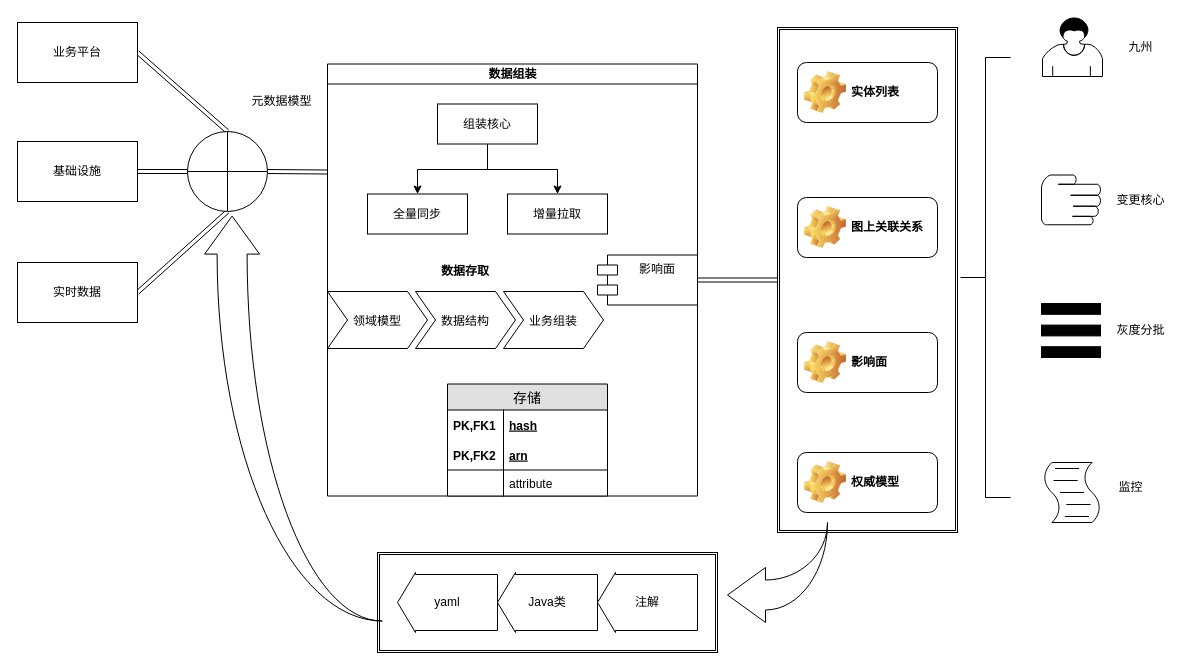
Above: 2020述职-架构.drawio in frankneu/draw.io (draw.io), before the change. Source tidied: cells renumbered, new cells numbered last; positions are measured from the earlier drawing's top-left corner, leaving out a move shared by most shapes. Both pictures are drawn from the tidied source at 100%, with x=0, y=0 at pixel (17, 17).
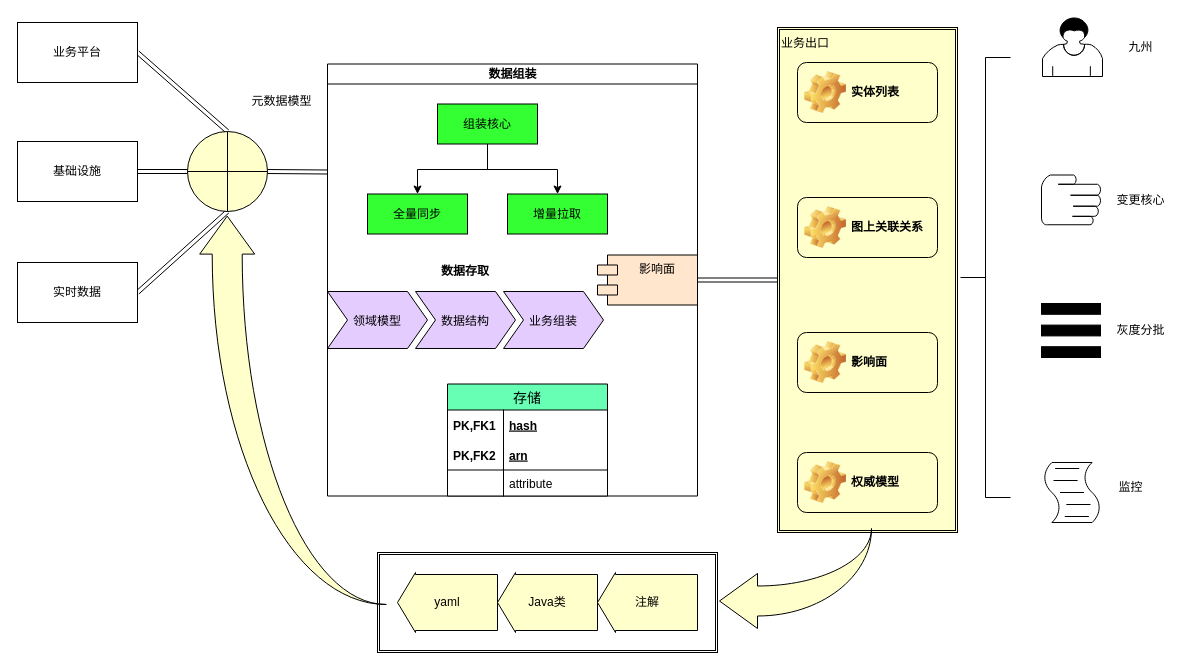
The same page after the edit.

The change refers to these unchanged cells:
```xml
<mxCell id="29" value="数据组装" style="swimlane;html=1;startSize=20;horizontal=1;horizontalTree=0;containerType=tree;" parent="1" vertex="1">
  <mxGeometry x="310" y="46.5" width="370" height="432" as="geometry" />
</mxCell>
<mxCell id="35" value="数据存取" style="swimlane;horizontal=1;fillColor=none;strokeColor=none;stackBorder=10;align=center;fontColor=#000000;" parent="29" vertex="1">
  <mxGeometry x="-10" y="194.5" width="296" height="100" as="geometry" />
</mxCell>
```

Change to the diagram source:
```diff
@@
-    <mxCell id="3" style="shape=ext;double=1;rounded=0;whiteSpace=wrap;html=1;" parent="1" vertex="1">
+    <mxCell id="3" value="业务出口&lt;br&gt;&lt;br&gt;&lt;br&gt;&lt;br&gt;&lt;br&gt;&lt;br&gt;&lt;br&gt;&lt;br&gt;&lt;br&gt;&lt;br&gt;&lt;br&gt;&lt;br&gt;&lt;br&gt;&lt;br&gt;&lt;br&gt;&lt;br&gt;&lt;br&gt;&lt;br&gt;&lt;br&gt;&lt;br&gt;&lt;br&gt;&lt;br&gt;&lt;br&gt;&lt;br&gt;&lt;br&gt;&lt;br&gt;&lt;br&gt;&lt;br&gt;&lt;br&gt;&lt;br&gt;&lt;br&gt;&lt;br&gt;&lt;br&gt;&lt;br&gt;" style="shape=ext;double=1;rounded=0;whiteSpace=wrap;html=1;align=left;fillColor=#FFFFCC;" parent="1" vertex="1">
       <mxGeometry x="760" y="10" width="180" height="505" as="geometry" />
     </mxCell>
@@
-    <mxCell id="11" style="shape=orEllipse;perimeter=ellipsePerimeter;whiteSpace=wrap;html=1;backgroundOutline=1;" parent="1" vertex="1">
+    <mxCell id="11" style="shape=orEllipse;perimeter=ellipsePerimeter;whiteSpace=wrap;html=1;backgroundOutline=1;fillColor=#FFFFCC;" parent="1" vertex="1">
       <mxGeometry x="170" y="114" width="80" height="80" as="geometry" />
     </mxCell>
@@
-    <mxCell id="13" value="图上关联关系" style="label;whiteSpace=wrap;html=1;image=img/clipart/Gear_128x128.png;" parent="1" vertex="1">
+    <mxCell id="13" value="图上关联关系" style="label;whiteSpace=wrap;html=1;image=img/clipart/Gear_128x128.png;fillColor=#FFFFCC;" parent="1" vertex="1">
       <mxGeometry x="780" y="180" width="140" height="60" as="geometry" />
     </mxCell>
-    <mxCell id="14" value="影响面" style="label;whiteSpace=wrap;html=1;image=img/clipart/Gear_128x128.png;" parent="1" vertex="1">
+    <mxCell id="14" value="影响面" style="label;whiteSpace=wrap;html=1;image=img/clipart/Gear_128x128.png;fillColor=#FFFFCC;" parent="1" vertex="1">
       <mxGeometry x="780" y="315" width="140" height="60" as="geometry" />
     </mxCell>
-    <mxCell id="15" value="实体列表" style="label;whiteSpace=wrap;html=1;image=img/clipart/Gear_128x128.png;" parent="1" vertex="1">
+    <mxCell id="15" value="实体列表" style="label;whiteSpace=wrap;html=1;image=img/clipart/Gear_128x128.png;fillColor=#FFFFCC;" parent="1" vertex="1">
       <mxGeometry x="780" y="45" width="140" height="60" as="geometry" />
     </mxCell>
-    <mxCell id="16" value="yaml" style="shape=singleArrow;direction=west;whiteSpace=wrap;html=1;arrowWidth=0.9333333333333333;arrowSize=0.18;" parent="1" vertex="1">
+    <mxCell id="16" value="yaml" style="shape=singleArrow;direction=west;whiteSpace=wrap;html=1;arrowWidth=0.9333333333333333;arrowSize=0.18;fillColor=#FFFFCC;" parent="1" vertex="1">
       <mxGeometry x="380" y="555" width="100" height="60" as="geometry" />
     </mxCell>
-    <mxCell id="17" value="Java类" style="shape=singleArrow;direction=west;whiteSpace=wrap;html=1;arrowWidth=0.9333333333333333;arrowSize=0.18;" parent="1" vertex="1">
+    <mxCell id="17" value="Java类" style="shape=singleArrow;direction=west;whiteSpace=wrap;html=1;arrowWidth=0.9333333333333333;arrowSize=0.18;fillColor=#FFFFCC;" parent="1" vertex="1">
       <mxGeometry x="480" y="555" width="100" height="60" as="geometry" />
     </mxCell>
-    <mxCell id="18" value="注解" style="shape=singleArrow;direction=west;whiteSpace=wrap;html=1;arrowWidth=0.9333333333333333;arrowSize=0.18;" parent="1" vertex="1">
+    <mxCell id="18" value="注解" style="shape=singleArrow;direction=west;whiteSpace=wrap;html=1;arrowWidth=0.9333333333333333;arrowSize=0.18;fillColor=#FFFFCC;" parent="1" vertex="1">
       <mxGeometry x="580" y="555" width="100" height="60" as="geometry" />
     </mxCell>
@@
-    <mxCell id="27" value="权威模型" style="label;whiteSpace=wrap;html=1;image=img/clipart/Gear_128x128.png;" parent="1" vertex="1">
+    <mxCell id="27" value="权威模型" style="label;whiteSpace=wrap;html=1;image=img/clipart/Gear_128x128.png;fillColor=#FFFFCC;" parent="1" vertex="1">
       <mxGeometry x="780" y="435" width="140" height="60" as="geometry" />
     </mxCell>
@@
-    <mxCell id="30" value="组装核心" style="whiteSpace=wrap;html=1;" parent="29" vertex="1">
+    <mxCell id="30" value="组装核心" style="whiteSpace=wrap;html=1;fillColor=#33FF33;" parent="29" vertex="1">
       <mxGeometry x="110" y="40" width="100" height="40" as="geometry" />
     </mxCell>
-    <mxCell id="31" value="全量同步" style="whiteSpace=wrap;html=1;" parent="29" vertex="1">
+    <mxCell id="31" value="全量同步" style="whiteSpace=wrap;html=1;fillColor=#33FF33;" parent="29" vertex="1">
       <mxGeometry x="40" y="130" width="100" height="40" as="geometry" />
     </mxCell>
-    <mxCell id="32" style="edgeStyle=elbowEdgeStyle;elbow=vertical;html=1;rounded=0;" parent="29" edge="1" source="30" target="31">
+    <mxCell id="32" style="edgeStyle=elbowEdgeStyle;elbow=vertical;html=1;rounded=0;fillColor=#33FF33;" parent="29" edge="1" source="30" target="31">
       <mxGeometry relative="1" as="geometry" />
     </mxCell>
-    <mxCell id="33" value="增量拉取" style="whiteSpace=wrap;html=1;" parent="29" vertex="1">
+    <mxCell id="33" value="增量拉取" style="whiteSpace=wrap;html=1;fillColor=#33FF33;" parent="29" vertex="1">
       <mxGeometry x="180" y="130" width="100" height="40" as="geometry" />
     </mxCell>
-    <mxCell id="34" style="edgeStyle=elbowEdgeStyle;elbow=vertical;html=1;rounded=0;" parent="29" edge="1" source="30" target="33">
+    <mxCell id="34" style="edgeStyle=elbowEdgeStyle;elbow=vertical;html=1;rounded=0;fillColor=#33FF33;" parent="29" edge="1" source="30" target="33">
       <mxGeometry relative="1" as="geometry" />
     </mxCell>
@@
-    <mxCell id="36" value="领域模型" style="shape=step;perimeter=stepPerimeter;fixedSize=1;" parent="35" vertex="1">
+    <mxCell id="36" value="领域模型" style="shape=step;perimeter=stepPerimeter;fixedSize=1;fillColor=#E5CCFF;" parent="35" vertex="1">
       <mxGeometry x="10" y="33" width="100" height="57" as="geometry" />
     </mxCell>
-    <mxCell id="37" value="数据结构" style="shape=step;perimeter=stepPerimeter;fixedSize=1;" parent="35" vertex="1">
+    <mxCell id="37" value="数据结构" style="shape=step;perimeter=stepPerimeter;fixedSize=1;fillColor=#E5CCFF;" parent="35" vertex="1">
       <mxGeometry x="98" y="33" width="100" height="57" as="geometry" />
     </mxCell>
-    <mxCell id="38" value="业务组装" style="shape=step;perimeter=stepPerimeter;fixedSize=1;" parent="35" vertex="1">
+    <mxCell id="38" value="业务组装" style="shape=step;perimeter=stepPerimeter;fixedSize=1;fillColor=#E5CCFF;" parent="35" vertex="1">
       <mxGeometry x="186" y="33" width="100" height="57" as="geometry" />
     </mxCell>
-    <mxCell id="39" value="存储" style="swimlane;fontStyle=0;horizontal=1;startSize=26;fillColor=#e0e0e0;swimlaneFillColor=#ffffff;align=center;fontSize=14;" parent="29" vertex="1">
+    <mxCell id="39" value="存储" style="swimlane;fontStyle=0;horizontal=1;startSize=26;fillColor=#66FFB3;swimlaneFillColor=#ffffff;align=center;fontSize=14;" parent="29" vertex="1">
       <mxGeometry x="120" y="320" width="160" height="112" as="geometry" />
     </mxCell>
@@
-    <mxCell id="46" value="影响面" style="shape=module;align=left;spacingLeft=20;align=center;verticalAlign=top;" parent="29" vertex="1">
+    <mxCell id="46" value="影响面" style="shape=module;align=left;spacingLeft=20;align=center;verticalAlign=top;fillColor=#FFE6CC;" parent="29" vertex="1">
       <mxGeometry x="270" y="191" width="100" height="50" as="geometry" />
     </mxCell>
@@
-    <mxCell id="48" style="html=1;shadow=0;dashed=0;align=center;verticalAlign=middle;shape=mxgraph.arrows2.jumpInArrow;dy=15;dx=38;arrowHead=55;rotation=-90;" parent="1" vertex="1">
-      <mxGeometry x="73.5" y="312.2" width="404.9" height="177.7" as="geometry" />
+    <mxCell id="48" style="html=1;shadow=0;dashed=0;align=center;verticalAlign=middle;shape=mxgraph.arrows2.jumpInArrow;dy=15;dx=38;arrowHead=55;rotation=-90;fillColor=#FFFFCC;" parent="1" vertex="1">
+      <mxGeometry x="81.3" y="299.5" width="388.4" height="186.6" as="geometry" />
     </mxCell>
-    <mxCell id="49" style="html=1;shadow=0;dashed=0;align=center;verticalAlign=middle;shape=mxgraph.arrows2.jumpInArrow;dy=15;dx=38;arrowHead=55;rotation=-180;" parent="1" vertex="1">
-      <mxGeometry x="710" y="505" width="100" height="100" as="geometry" />
+    <mxCell id="49" style="html=1;shadow=0;dashed=0;align=center;verticalAlign=middle;shape=mxgraph.arrows2.jumpInArrow;dy=15;dx=38;arrowHead=55;rotation=-180;fillColor=#FFFFCC;" parent="1" vertex="1">
+      <mxGeometry x="702" y="511" width="152" height="100" as="geometry" />
     </mxCell>
```
